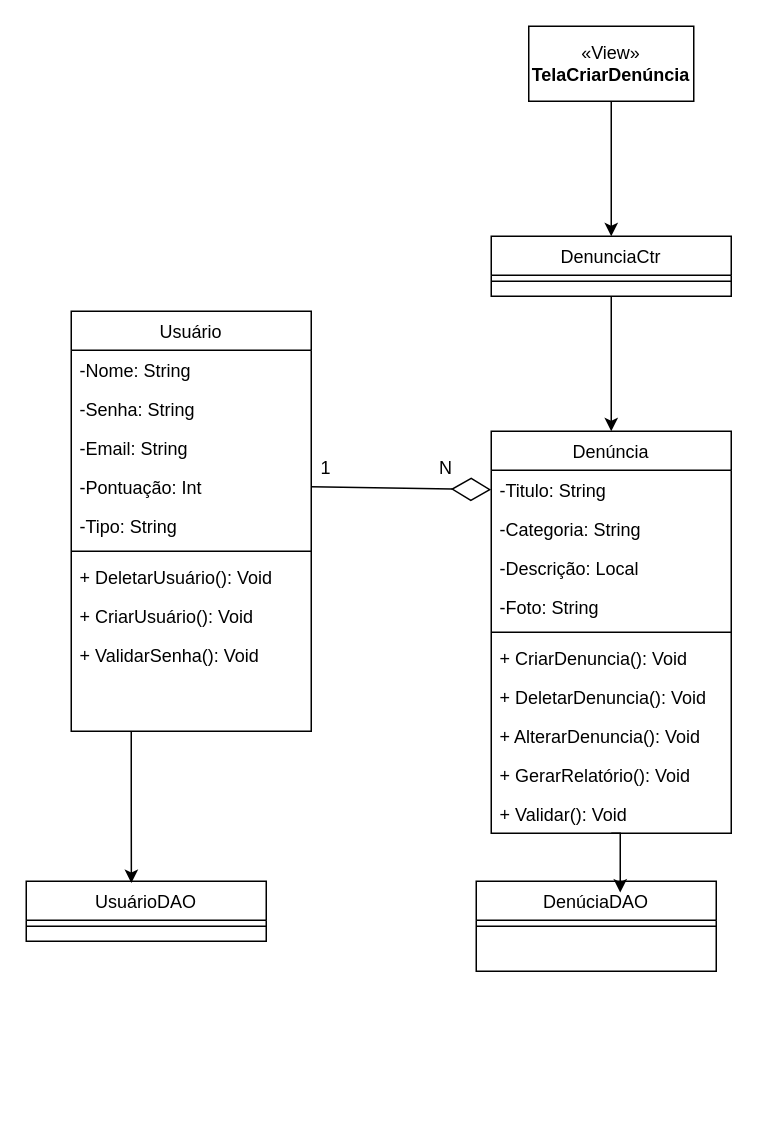
This is Documentação/CasoDeUsoCriarDenuncia.drawio from frsouzaa/Documentacao-TCC-NossaVia, a draw.io file, before an edit. Source tidied: cells renumbered, new cells numbered last; positions are measured from the earlier drawing's top-left corner, leaving out a move shared by most shapes. Both pictures are drawn from the tidied source at 150%, with x=0, y=0 at pixel (26, 26).
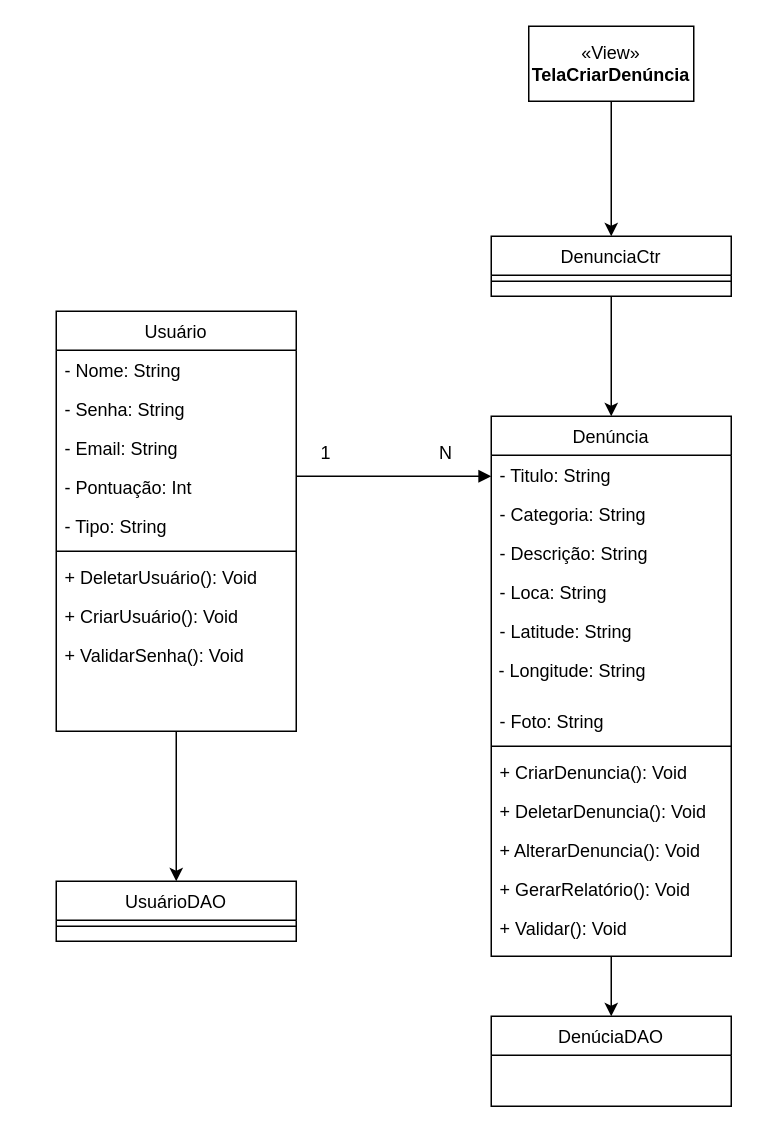
Above is the later version.

Commit message:
Atualização cardinalidade e classes

Change to the diagram source:
```diff
@@
     <mxCell id="2" value="DenúciaDAO&#10;" style="swimlane;fontStyle=0;align=center;verticalAlign=top;horizontal=1;startSize=26;rounded=0;shadow=0;strokeWidth=1;" parent="1" vertex="1">
-      <mxGeometry x="300" y="570" width="160" height="60" as="geometry" />
+      <mxGeometry x="310" y="660" width="160" height="60" as="geometry" />
     </mxCell>
-    <mxCell id="3" style="line;html=1;strokeWidth=1;align=left;verticalAlign=middle;spacingTop=-1;spacingLeft=3;spacingRight=3;labelPosition=right;" parent="2" vertex="1">
-      <mxGeometry y="26" width="160" height="8" as="geometry" />
-    </mxCell>
     <mxCell id="4" value="Denúncia" style="swimlane;fontStyle=0;align=center;verticalAlign=top;horizontal=1;startSize=26;rounded=0;shadow=0;strokeWidth=1;" parent="1" vertex="1">
-      <mxGeometry x="310" y="270" width="160" height="268" as="geometry" />
+      <mxGeometry x="310" y="260" width="160" height="360" as="geometry" />
     </mxCell>
-    <mxCell id="5" value="-Titulo: String" style="text;align=left;verticalAlign=top;spacingLeft=4;spacingRight=4;overflow=hidden;points=[[0,0.5],[1,0.5]];portConstraint=eastwest;" parent="4" vertex="1">
+    <mxCell id="5" value="- Titulo: String" style="text;align=left;verticalAlign=top;spacingLeft=4;spacingRight=4;overflow=hidden;points=[[0,0.5],[1,0.5]];portConstraint=eastwest;" parent="4" vertex="1">
       <mxGeometry y="26" width="160" height="26" as="geometry" />
     </mxCell>
-    <mxCell id="6" value="-Categoria: String" style="text;align=left;verticalAlign=top;spacingLeft=4;spacingRight=4;overflow=hidden;rounded=0;shadow=0;html=0;" parent="4" vertex="1">
+    <mxCell id="6" value="- Categoria: String" style="text;align=left;verticalAlign=top;spacingLeft=4;spacingRight=4;overflow=hidden;rounded=0;shadow=0;html=0;" parent="4" vertex="1">
       <mxGeometry y="52" width="160" height="26" as="geometry" />
     </mxCell>
-    <mxCell id="7" value="-Descrição: Local" style="text;align=left;verticalAlign=top;spacingLeft=4;spacingRight=4;overflow=hidden;rounded=0;shadow=0;html=0;" parent="4" vertex="1">
+    <mxCell id="7" value="- Descrição: String" style="text;align=left;verticalAlign=top;spacingLeft=4;spacingRight=4;overflow=hidden;rounded=0;shadow=0;html=0;" parent="4" vertex="1">
       <mxGeometry y="78" width="160" height="26" as="geometry" />
     </mxCell>
+    <mxCell id="37" value="- Loca: String" style="text;align=left;verticalAlign=top;spacingLeft=4;spacingRight=4;overflow=hidden;rounded=0;shadow=0;html=0;" parent="4" vertex="1">
+      <mxGeometry y="104" width="160" height="26" as="geometry" />
+    </mxCell>
+    <mxCell id="38" value="- Latitude: String" style="text;align=left;verticalAlign=top;spacingLeft=4;spacingRight=4;overflow=hidden;rounded=0;shadow=0;html=0;" parent="4" vertex="1">
+      <mxGeometry y="130" width="160" height="26" as="geometry" />
+    </mxCell>
+    <mxCell id="39" value="&lt;span style=&quot;text-wrap: nowrap;&quot;&gt;&amp;nbsp;- Longitude: String&lt;/span&gt;" style="text;whiteSpace=wrap;html=1;" parent="4" vertex="1">
+      <mxGeometry y="156" width="160" height="34" as="geometry" />
+    </mxCell>
-    <mxCell id="8" value="-Foto: String" style="text;align=left;verticalAlign=top;spacingLeft=4;spacingRight=4;overflow=hidden;rounded=0;shadow=0;html=0;" parent="4" vertex="1">
-      <mxGeometry y="104" width="160" height="26" as="geometry" />
+    <mxCell id="8" value="- Foto: String" style="text;align=left;verticalAlign=top;spacingLeft=4;spacingRight=4;overflow=hidden;rounded=0;shadow=0;html=0;" parent="4" vertex="1">
+      <mxGeometry y="190" width="160" height="26" as="geometry" />
     </mxCell>
     <mxCell id="9" style="line;html=1;strokeWidth=1;align=left;verticalAlign=middle;spacingTop=-1;spacingLeft=3;spacingRight=3;labelPosition=right;" parent="4" vertex="1">
-      <mxGeometry y="130" width="160" height="8" as="geometry" />
+      <mxGeometry y="216" width="160" height="8" as="geometry" />
     </mxCell>
     <mxCell id="10" value="+ CriarDenuncia(): Void" style="text;align=left;verticalAlign=top;spacingLeft=4;spacingRight=4;overflow=hidden;" parent="4" vertex="1">
-      <mxGeometry y="138" width="160" height="26" as="geometry" />
+      <mxGeometry y="224" width="160" height="26" as="geometry" />
     </mxCell>
     <mxCell id="11" value="+ DeletarDenuncia(): Void" style="text;align=left;verticalAlign=top;spacingLeft=4;spacingRight=4;overflow=hidden;" parent="4" vertex="1">
-      <mxGeometry y="164" width="160" height="26" as="geometry" />
+      <mxGeometry y="250" width="160" height="26" as="geometry" />
     </mxCell>
     <mxCell id="12" value="+ AlterarDenuncia(): Void" style="text;align=left;verticalAlign=top;spacingLeft=4;spacingRight=4;overflow=hidden;" parent="4" vertex="1">
-      <mxGeometry y="190" width="160" height="26" as="geometry" />
+      <mxGeometry y="276" width="160" height="26" as="geometry" />
     </mxCell>
     <mxCell id="13" value="+ GerarRelatório(): Void" style="text;align=left;verticalAlign=top;spacingLeft=4;spacingRight=4;overflow=hidden;" parent="4" vertex="1">
-      <mxGeometry y="216" width="160" height="26" as="geometry" />
+      <mxGeometry y="302" width="160" height="26" as="geometry" />
     </mxCell>
     <mxCell id="14" value="+ Validar(): Void" style="text;align=left;verticalAlign=top;spacingLeft=4;spacingRight=4;overflow=hidden;" parent="4" vertex="1">
-      <mxGeometry y="242" width="160" height="26" as="geometry" />
+      <mxGeometry y="328" width="160" height="26" as="geometry" />
     </mxCell>
+    <mxCell id="27" style="edgeStyle=orthogonalEdgeStyle;rounded=0;jettySize=auto;html=1;exitX=0.5;exitY=1;exitDx=0;exitDy=0;entryX=0.5;entryY=0;entryDx=0;entryDy=0;" parent="1" edge="1" source="15" target="25">
+      <mxGeometry relative="1" as="geometry" />
+    </mxCell>
     <mxCell id="15" value="Usuário" style="swimlane;fontStyle=0;align=center;verticalAlign=top;horizontal=1;startSize=26;rounded=0;shadow=0;strokeWidth=1;" parent="1" vertex="1">
-      <mxGeometry x="30" y="190" width="160" height="280" as="geometry" />
+      <mxGeometry x="20" y="190" width="160" height="280" as="geometry" />
     </mxCell>
-    <mxCell id="16" value="-Nome: String&#10;" style="text;align=left;verticalAlign=top;spacingLeft=4;spacingRight=4;overflow=hidden;" parent="15" vertex="1">
+    <mxCell id="16" value="- Nome: String&#10;" style="text;align=left;verticalAlign=top;spacingLeft=4;spacingRight=4;overflow=hidden;" parent="15" vertex="1">
       <mxGeometry y="26" width="160" height="26" as="geometry" />
     </mxCell>
-    <mxCell id="17" value="-Senha: String" style="text;align=left;verticalAlign=top;spacingLeft=4;spacingRight=4;overflow=hidden;rounded=0;shadow=0;html=0;" parent="15" vertex="1">
+    <mxCell id="17" value="- Senha: String" style="text;align=left;verticalAlign=top;spacingLeft=4;spacingRight=4;overflow=hidden;rounded=0;shadow=0;html=0;" parent="15" vertex="1">
       <mxGeometry y="52" width="160" height="26" as="geometry" />
     </mxCell>
-    <mxCell id="18" value="-Email: String" style="text;align=left;verticalAlign=top;spacingLeft=4;spacingRight=4;overflow=hidden;rounded=0;shadow=0;html=0;" parent="15" vertex="1">
+    <mxCell id="18" value="- Email: String" style="text;align=left;verticalAlign=top;spacingLeft=4;spacingRight=4;overflow=hidden;rounded=0;shadow=0;html=0;" parent="15" vertex="1">
       <mxGeometry y="78" width="160" height="26" as="geometry" />
     </mxCell>
-    <mxCell id="19" value="-Pontuação: Int" style="text;align=left;verticalAlign=top;spacingLeft=4;spacingRight=4;overflow=hidden;points=[[0,0.5],[1,0.5]];portConstraint=eastwest;rounded=0;shadow=0;html=0;" parent="15" vertex="1">
+    <mxCell id="19" value="- Pontuação: Int" style="text;align=left;verticalAlign=top;spacingLeft=4;spacingRight=4;overflow=hidden;points=[[0,0.5],[1,0.5]];portConstraint=eastwest;rounded=0;shadow=0;html=0;" parent="15" vertex="1">
       <mxGeometry y="104" width="160" height="26" as="geometry" />
     </mxCell>
-    <mxCell id="20" value="-Tipo: String" style="text;align=left;verticalAlign=top;spacingLeft=4;spacingRight=4;overflow=hidden;rounded=0;shadow=0;html=0;" parent="15" vertex="1">
+    <mxCell id="20" value="- Tipo: String" style="text;align=left;verticalAlign=top;spacingLeft=4;spacingRight=4;overflow=hidden;rounded=0;shadow=0;html=0;" parent="15" vertex="1">
       <mxGeometry y="130" width="160" height="26" as="geometry" />
     </mxCell>
@@
     <mxCell id="25" value="UsuárioDAO&#10;" style="swimlane;fontStyle=0;align=center;verticalAlign=top;horizontal=1;startSize=26;rounded=0;shadow=0;strokeWidth=1;" parent="1" vertex="1">
-      <mxGeometry y="570" width="160" height="40" as="geometry" />
+      <mxGeometry x="20" y="570" width="160" height="40" as="geometry" />
     </mxCell>
@@
-    <mxCell id="27" style="edgeStyle=orthogonalEdgeStyle;rounded=0;jettySize=auto;html=1;exitX=0.25;exitY=1;exitDx=0;exitDy=0;entryX=0.438;entryY=0.029;entryDx=0;entryDy=0;entryPerimeter=0;" parent="1" edge="1" source="15" target="25">
-      <mxGeometry relative="1" as="geometry" />
-    </mxCell>
-    <mxCell id="28" style="edgeStyle=orthogonalEdgeStyle;rounded=0;jettySize=auto;html=1;exitX=0.5;exitY=1;exitDx=0;exitDy=0;entryX=0.6;entryY=0.125;entryDx=0;entryDy=0;entryPerimeter=0;" parent="1" edge="1" source="4" target="2">
+    <mxCell id="28" style="edgeStyle=orthogonalEdgeStyle;rounded=0;jettySize=auto;html=1;exitX=0.5;exitY=1;exitDx=0;exitDy=0;entryX=0.5;entryY=0;entryDx=0;entryDy=0;" parent="1" edge="1" source="4" target="2">
       <mxGeometry relative="1" as="geometry" />
     </mxCell>
@@
-    <mxCell id="32" style="endArrow=diamondThin;endFill=0;endSize=24;html=1;rounded=0;entryX=0;entryY=0.5;entryDx=0;entryDy=0;exitX=1;exitY=0.5;exitDx=0;exitDy=0;" parent="1" edge="1" source="19" target="5">
-      <mxGeometry relative="1" as="geometry" />
-    </mxCell>
@@
     <mxCell id="35" value="1" style="text;html=1;align=center;verticalAlign=middle;whiteSpace=wrap;rounded=0;" parent="1" vertex="1">
-      <mxGeometry x="170" y="280" width="60" height="30" as="geometry" />
+      <mxGeometry x="170" y="270" width="60" height="30" as="geometry" />
     </mxCell>
     <mxCell id="36" value="N" style="text;html=1;align=center;verticalAlign=middle;whiteSpace=wrap;rounded=0;" parent="1" vertex="1">
-      <mxGeometry x="250" y="280" width="60" height="30" as="geometry" />
+      <mxGeometry x="250" y="270" width="60" height="30" as="geometry" />
     </mxCell>
+    <mxCell id="40" style="endArrow=block;endFill=1;html=1;edgeStyle=orthogonalEdgeStyle;align=left;verticalAlign=top;rounded=0;" parent="1" edge="1">
+      <mxGeometry x="-1" relative="1" as="geometry">
+        <mxPoint x="180" y="300" as="sourcePoint" />
+        <mxPoint x="310" y="300" as="targetPoint" />
+      </mxGeometry>
+    </mxCell>
```
